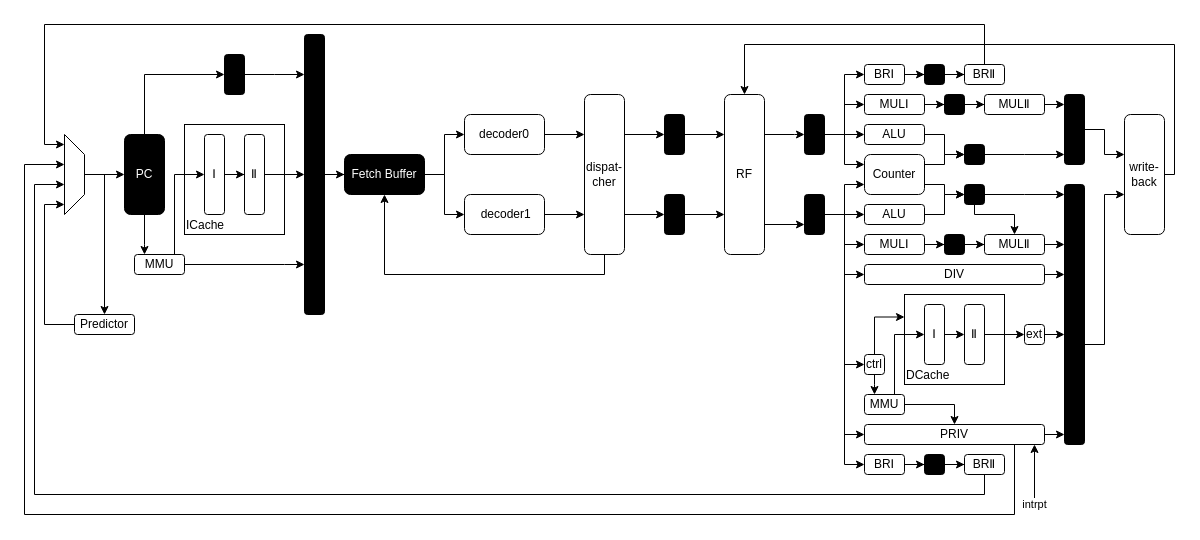
Above: 未命名绘图4.drawio in caochenrui/Draw.io (draw.io), before the change. Source tidied: cells renumbered, new cells numbered last; positions are measured from the earlier drawing's top-left corner, leaving out a move shared by most shapes. Both pictures are drawn from the tidied source at 100%, with x=0, y=0 at pixel (24, 24).
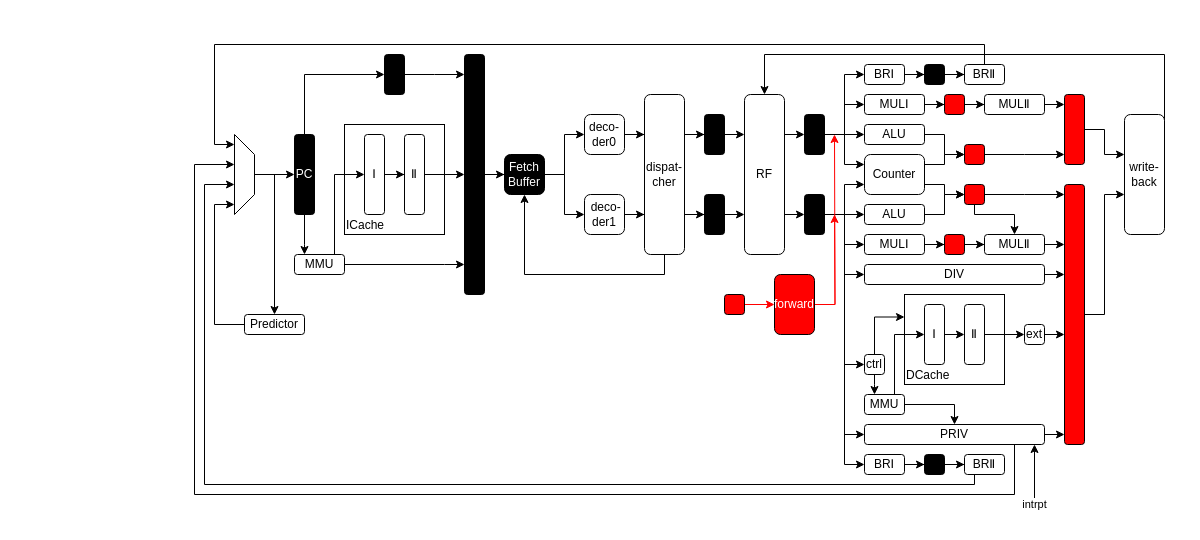
After the change.

Commit message (it also covers changes not shown here):
更新未命名绘图4.drawio

The change refers to these unchanged cells:
```xml
<mxCell id="34" style="whiteSpace=wrap;html=1;fillColor=#000000;fontColor=default;rounded=1;" parent="1" vertex="1">
  <mxGeometry x="780" y="90" width="20" height="40" as="geometry" />
</mxCell>
<mxCell id="42" style="whiteSpace=wrap;html=1;fillColor=#000000;fontColor=default;rounded=1;" parent="1" vertex="1">
  <mxGeometry x="780" y="170" width="20" height="40" as="geometry" />
</mxCell>
<mxCell id="46" value="BRⅠ" style="rounded=1;whiteSpace=wrap;html=1;" parent="1" vertex="1">
  <mxGeometry x="840" y="40" width="40" height="20" as="geometry" />
</mxCell>
<mxCell id="53" value="BRⅡ" style="rounded=1;whiteSpace=wrap;html=1;" parent="1" vertex="1">
  <mxGeometry x="940" y="40" width="40" height="20" as="geometry" />
</mxCell>
<mxCell id="57" value="BRⅠ" style="rounded=1;whiteSpace=wrap;html=1;" parent="1" vertex="1">
  <mxGeometry x="840" y="430" width="40" height="20" as="geometry" />
</mxCell>
<mxCell id="61" value="BRⅡ" style="rounded=1;whiteSpace=wrap;html=1;" parent="1" vertex="1">
  <mxGeometry x="940" y="430" width="40" height="20" as="geometry" />
</mxCell>
<mxCell id="63" value="MULⅠ" style="rounded=1;whiteSpace=wrap;html=1;" parent="1" vertex="1">
  <mxGeometry x="840" y="210" width="60" height="20" as="geometry" />
</mxCell>
<mxCell id="65" value="DIV" style="rounded=1;whiteSpace=wrap;html=1;" parent="1" vertex="1">
  <mxGeometry x="840" y="240" width="180" height="20" as="geometry" />
</mxCell>
<mxCell id="68" value="PRIV" style="rounded=1;whiteSpace=wrap;html=1;" parent="1" vertex="1">
  <mxGeometry x="840" y="400" width="180" height="20" as="geometry" />
</mxCell>
<mxCell id="78" value="Counter" style="rounded=1;whiteSpace=wrap;html=1;" parent="1" vertex="1">
  <mxGeometry x="840" y="130" width="60" height="40" as="geometry" />
</mxCell>
<mxCell id="85" value="ctrl" style="rounded=1;whiteSpace=wrap;html=1;labelPosition=center;verticalLabelPosition=middle;align=center;verticalAlign=middle;" parent="1" vertex="1">
  <mxGeometry x="840" y="330" width="20" height="20" as="geometry" />
</mxCell>
<mxCell id="98" value="write-&lt;br&gt;back" style="rounded=1;whiteSpace=wrap;html=1;" parent="1" vertex="1">
  <mxGeometry x="1100" y="90" width="40" height="120" as="geometry" />
</mxCell>
<mxCell id="109" value="MULⅠ" style="rounded=1;whiteSpace=wrap;html=1;" parent="1" vertex="1">
  <mxGeometry x="840" y="70" width="60" height="20" as="geometry" />
</mxCell>
```

What changed in the source:
```diff
@@
     <mxCell id="2" style="edgeStyle=orthogonalEdgeStyle;rounded=0;jettySize=auto;html=1;exitX=0.5;exitY=1;exitDx=0;exitDy=0;" parent="1" edge="1" source="4" target="92">
       <mxGeometry relative="1" as="geometry">
         <Array as="points">
-          <mxPoint x="120" y="220" />
-          <mxPoint x="120" y="220" />
+          <mxPoint x="280" y="220" />
+          <mxPoint x="280" y="220" />
         </Array>
       </mxGeometry>
     </mxCell>
     <mxCell id="3" style="edgeStyle=orthogonalEdgeStyle;rounded=0;jettySize=auto;html=1;" parent="1" edge="1" source="4" target="87">
       <mxGeometry relative="1" as="geometry">
         <Array as="points">
-          <mxPoint x="120" y="50" />
+          <mxPoint x="280" y="50" />
         </Array>
       </mxGeometry>
     </mxCell>
     <mxCell id="4" value="PC" style="rounded=1;whiteSpace=wrap;html=1;fillColor=#000000;fontColor=#FFFFFF;direction=east;glass=0;shadow=0;" parent="1" vertex="1">
-      <mxGeometry x="100" y="110" width="40" height="80" as="geometry" />
+      <mxGeometry x="270" y="110" width="20" height="80" as="geometry" />
     </mxCell>
     <mxCell id="5" value="ICache" style="rounded=0;whiteSpace=wrap;html=1;fillColor=none;fontColor=default;labelBackgroundColor=none;labelPosition=center;verticalLabelPosition=middle;align=left;verticalAlign=bottom;" parent="1" vertex="1">
-      <mxGeometry x="160" y="100" width="100" height="110" as="geometry" />
+      <mxGeometry x="320" y="100" width="100" height="110" as="geometry" />
     </mxCell>
@@
     <mxCell id="7" value="Ⅰ" style="whiteSpace=wrap;html=1;fillColor=default;fontColor=default;rounded=1;" parent="1" vertex="1">
-      <mxGeometry x="180" y="110" width="20" height="80" as="geometry" />
+      <mxGeometry x="340" y="110" width="20" height="80" as="geometry" />
     </mxCell>
@@
     <mxCell id="9" value="Ⅱ" style="whiteSpace=wrap;html=1;fillColor=default;fontColor=default;rounded=1;" parent="1" vertex="1">
-      <mxGeometry x="220" y="110" width="20" height="80" as="geometry" />
+      <mxGeometry x="380" y="110" width="20" height="80" as="geometry" />
     </mxCell>
@@
     <mxCell id="11" style="whiteSpace=wrap;html=1;fillColor=#000000;fontColor=default;rounded=1;" parent="1" vertex="1">
-      <mxGeometry x="280" y="10" width="20" height="280" as="geometry" />
+      <mxGeometry x="440" y="30" width="20" height="240" as="geometry" />
     </mxCell>
@@
-    <mxCell id="14" value="Fetch Buffer" style="whiteSpace=wrap;html=1;fillColor=#000000;rounded=1;fontColor=#FFFFFF;" parent="1" vertex="1">
-      <mxGeometry x="320" y="130" width="80" height="40" as="geometry" />
+    <mxCell id="14" value="Fetch&lt;br&gt;Buffer" style="whiteSpace=wrap;html=1;fillColor=#000000;rounded=1;fontColor=#FFFFFF;" parent="1" vertex="1">
+      <mxGeometry x="480" y="130" width="40" height="40" as="geometry" />
     </mxCell>
@@
-    <mxCell id="16" value="decoder0" style="rounded=1;whiteSpace=wrap;html=1;" parent="1" vertex="1">
-      <mxGeometry x="440" y="90" width="80" height="40" as="geometry" />
+    <mxCell id="16" value="deco-&lt;br&gt;der0" style="rounded=1;whiteSpace=wrap;html=1;" parent="1" vertex="1">
+      <mxGeometry x="560" y="90" width="40" height="40" as="geometry" />
     </mxCell>
@@
-    <mxCell id="18" value="&amp;nbsp;decoder1" style="rounded=1;whiteSpace=wrap;html=1;" parent="1" vertex="1">
-      <mxGeometry x="440" y="170" width="80" height="40" as="geometry" />
+    <mxCell id="18" value="&amp;nbsp;deco-&lt;br&gt;der1" style="rounded=1;whiteSpace=wrap;html=1;" parent="1" vertex="1">
+      <mxGeometry x="560" y="170" width="40" height="40" as="geometry" />
     </mxCell>
@@
     <mxCell id="22" value="dispat-&lt;br&gt;cher" style="whiteSpace=wrap;html=1;rounded=1;labelPosition=center;verticalLabelPosition=middle;align=center;verticalAlign=middle;" parent="1" vertex="1">
-      <mxGeometry x="560" y="70" width="40" height="160" as="geometry" />
+      <mxGeometry x="620" y="70" width="40" height="160" as="geometry" />
     </mxCell>
@@
     <mxCell id="24" style="whiteSpace=wrap;html=1;fillColor=#000000;fontColor=default;rounded=1;" parent="1" vertex="1">
-      <mxGeometry x="640" y="90" width="20" height="40" as="geometry" />
+      <mxGeometry x="680" y="90" width="20" height="40" as="geometry" />
     </mxCell>
@@
     <mxCell id="26" style="whiteSpace=wrap;html=1;fillColor=#000000;fontColor=default;rounded=1;" parent="1" vertex="1">
-      <mxGeometry x="640" y="170" width="20" height="40" as="geometry" />
+      <mxGeometry x="680" y="170" width="20" height="40" as="geometry" />
     </mxCell>
     <mxCell id="27" style="edgeStyle=orthogonalEdgeStyle;rounded=0;jettySize=auto;html=1;exitX=1;exitY=0.75;exitDx=0;exitDy=0;" parent="1" edge="1" source="29" target="42">
       <mxGeometry relative="1" as="geometry">
         <Array as="points">
-          <mxPoint x="740" y="200" />
+          <mxPoint x="780" y="190" />
+          <mxPoint x="780" y="190" />
         </Array>
       </mxGeometry>
     </mxCell>
     <mxCell id="28" style="edgeStyle=orthogonalEdgeStyle;rounded=0;jettySize=auto;html=1;exitX=1;exitY=0.25;exitDx=0;exitDy=0;" parent="1" edge="1" source="29" target="34">
       <mxGeometry relative="1" as="geometry">
         <Array as="points">
-          <mxPoint x="770" y="110" />
-          <mxPoint x="770" y="110" />
+          <mxPoint x="790" y="110" />
+          <mxPoint x="790" y="110" />
         </Array>
       </mxGeometry>
     </mxCell>
     <mxCell id="29" value="RF" style="rounded=1;whiteSpace=wrap;html=1;" parent="1" vertex="1">
-      <mxGeometry x="700" y="70" width="40" height="160" as="geometry" />
+      <mxGeometry x="720" y="70" width="40" height="160" as="geometry" />
     </mxCell>
@@
     <mxCell id="31" style="edgeStyle=orthogonalEdgeStyle;rounded=0;jettySize=auto;html=1;exitX=1;exitY=0.5;exitDx=0;exitDy=0;entryX=0;entryY=0.5;entryDx=0;entryDy=0;" parent="1" edge="1" source="34" target="46">
-      <mxGeometry relative="1" as="geometry" />
+      <mxGeometry relative="1" as="geometry">
+        <Array as="points">
+          <mxPoint x="820" y="110" />
+          <mxPoint x="820" y="50" />
+        </Array>
+      </mxGeometry>
     </mxCell>
     <mxCell id="32" style="edgeStyle=orthogonalEdgeStyle;rounded=0;jettySize=auto;html=1;exitX=1;exitY=0.5;exitDx=0;exitDy=0;" parent="1" edge="1" source="34" target="109">
-      <mxGeometry relative="1" as="geometry" />
+      <mxGeometry relative="1" as="geometry">
+        <Array as="points">
+          <mxPoint x="820" y="110" />
+          <mxPoint x="820" y="80" />
+        </Array>
+      </mxGeometry>
     </mxCell>
     <mxCell id="33" style="edgeStyle=orthogonalEdgeStyle;rounded=0;jettySize=auto;html=1;exitX=1;exitY=0.5;exitDx=0;exitDy=0;entryX=0;entryY=0.25;entryDx=0;entryDy=0;" parent="1" edge="1" source="34" target="78">
-      <mxGeometry relative="1" as="geometry" />
+      <mxGeometry relative="1" as="geometry">
+        <Array as="points">
+          <mxPoint x="820" y="110" />
+          <mxPoint x="820" y="140" />
+        </Array>
+      </mxGeometry>
     </mxCell>
@@
     <mxCell id="36" style="edgeStyle=orthogonalEdgeStyle;rounded=0;jettySize=auto;html=1;exitX=1;exitY=0.5;exitDx=0;exitDy=0;entryX=0;entryY=0.5;entryDx=0;entryDy=0;" parent="1" edge="1" source="42" target="63">
-      <mxGeometry relative="1" as="geometry" />
+      <mxGeometry relative="1" as="geometry">
+        <Array as="points">
+          <mxPoint x="820" y="190" />
+          <mxPoint x="820" y="220" />
+        </Array>
+      </mxGeometry>
     </mxCell>
     <mxCell id="37" style="edgeStyle=orthogonalEdgeStyle;rounded=0;jettySize=auto;html=1;exitX=1;exitY=0.5;exitDx=0;exitDy=0;entryX=0;entryY=0.5;entryDx=0;entryDy=0;" parent="1" edge="1" source="42" target="65">
-      <mxGeometry relative="1" as="geometry" />
+      <mxGeometry relative="1" as="geometry">
+        <Array as="points">
+          <mxPoint x="820" y="190" />
+          <mxPoint x="820" y="250" />
+        </Array>
+      </mxGeometry>
     </mxCell>
     <mxCell id="38" style="edgeStyle=orthogonalEdgeStyle;rounded=0;jettySize=auto;html=1;exitX=1;exitY=0.5;exitDx=0;exitDy=0;entryX=0;entryY=0.5;entryDx=0;entryDy=0;" parent="1" edge="1" source="42" target="68">
-      <mxGeometry relative="1" as="geometry" />
+      <mxGeometry relative="1" as="geometry">
+        <Array as="points">
+          <mxPoint x="820" y="190" />
+          <mxPoint x="820" y="410" />
+        </Array>
+      </mxGeometry>
     </mxCell>
     <mxCell id="39" style="edgeStyle=orthogonalEdgeStyle;rounded=0;jettySize=auto;html=1;exitX=1;exitY=0.5;exitDx=0;exitDy=0;entryX=0;entryY=0.75;entryDx=0;entryDy=0;" parent="1" edge="1" source="42" target="78">
-      <mxGeometry relative="1" as="geometry" />
+      <mxGeometry relative="1" as="geometry">
+        <Array as="points">
+          <mxPoint x="820" y="190" />
+          <mxPoint x="820" y="160" />
+        </Array>
+      </mxGeometry>
     </mxCell>
     <mxCell id="40" style="edgeStyle=orthogonalEdgeStyle;rounded=0;jettySize=auto;html=1;exitX=1;exitY=0.5;exitDx=0;exitDy=0;entryX=0;entryY=0.5;entryDx=0;entryDy=0;" parent="1" edge="1" source="42" target="57">
-      <mxGeometry relative="1" as="geometry" />
+      <mxGeometry relative="1" as="geometry">
+        <Array as="points">
+          <mxPoint x="820" y="190" />
+          <mxPoint x="820" y="440" />
+        </Array>
+      </mxGeometry>
     </mxCell>
     <mxCell id="41" style="edgeStyle=orthogonalEdgeStyle;rounded=0;jettySize=auto;html=1;exitX=1;exitY=0.5;exitDx=0;exitDy=0;entryX=0;entryY=0.5;entryDx=0;entryDy=0;" parent="1" edge="1" source="42" target="85">
-      <mxGeometry relative="1" as="geometry" />
+      <mxGeometry relative="1" as="geometry">
+        <Array as="points">
+          <mxPoint x="820" y="190" />
+          <mxPoint x="820" y="340" />
+        </Array>
+      </mxGeometry>
     </mxCell>
@@
-    <mxCell id="48" style="whiteSpace=wrap;html=1;fillColor=#000000;fontColor=default;rounded=1;" parent="1" vertex="1">
+    <mxCell id="48" style="whiteSpace=wrap;html=1;fillColor=#FF0000;fontColor=default;rounded=1;" parent="1" vertex="1">
       <mxGeometry x="940" y="120" width="20" height="20" as="geometry" />
     </mxCell>
@@
     <mxCell id="52" style="edgeStyle=orthogonalEdgeStyle;rounded=0;jettySize=auto;html=1;exitX=0.5;exitY=0;exitDx=0;exitDy=0;" parent="1" edge="1" source="53">
       <mxGeometry relative="1" as="geometry">
-        <mxPoint x="40" y="120" as="targetPoint" />
+        <mxPoint x="210" y="120" as="targetPoint" />
         <Array as="points">
-          <mxPoint x="960" />
-          <mxPoint x="20" />
-          <mxPoint x="20" y="120" />
+          <mxPoint x="960" y="20" />
+          <mxPoint x="190" y="20" />
+          <mxPoint x="190" y="120" />
         </Array>
       </mxGeometry>
     </mxCell>
@@
-    <mxCell id="55" style="whiteSpace=wrap;html=1;fillColor=#000000;fontColor=default;rounded=1;" parent="1" vertex="1">
+    <mxCell id="55" style="whiteSpace=wrap;html=1;fillColor=#FF0000;fontColor=default;rounded=1;" parent="1" vertex="1">
       <mxGeometry x="1040" y="70" width="20" height="70" as="geometry" />
     </mxCell>
@@
     <mxCell id="60" style="edgeStyle=orthogonalEdgeStyle;rounded=0;jettySize=auto;html=1;exitX=0.5;exitY=1;exitDx=0;exitDy=0;" parent="1" edge="1" source="61">
       <mxGeometry relative="1" as="geometry">
-        <mxPoint x="40" y="160" as="targetPoint" />
+        <mxPoint x="210" y="160" as="targetPoint" />
         <Array as="points">
-          <mxPoint x="960" y="470" />
-          <mxPoint x="10" y="470" />
-          <mxPoint x="10" y="160" />
+          <mxPoint x="950" y="460" />
+          <mxPoint x="180" y="460" />
+          <mxPoint x="180" y="160" />
         </Array>
       </mxGeometry>
     </mxCell>
@@
     <mxCell id="67" style="edgeStyle=orthogonalEdgeStyle;rounded=0;jettySize=auto;html=1;" parent="1" edge="1" source="68">
       <mxGeometry relative="1" as="geometry">
-        <mxPoint x="40" y="140" as="targetPoint" />
+        <mxPoint x="210" y="140" as="targetPoint" />
         <Array as="points">
-          <mxPoint x="990" y="490" />
-          <mxPoint y="490" />
-          <mxPoint y="140" />
+          <mxPoint x="990" y="470" />
+          <mxPoint x="170" y="470" />
+          <mxPoint x="170" y="140" />
         </Array>
       </mxGeometry>
     </mxCell>
@@
-    <mxCell id="73" style="whiteSpace=wrap;html=1;fillColor=#000000;fontColor=default;rounded=1;" parent="1" vertex="1">
+    <mxCell id="73" style="whiteSpace=wrap;html=1;fillColor=#FF0000;fontColor=default;rounded=1;" parent="1" vertex="1">
       <mxGeometry x="940" y="160" width="20" height="20" as="geometry" />
     </mxCell>
-    <mxCell id="74" style="edgeStyle=orthogonalEdgeStyle;rounded=0;jettySize=auto;html=1;exitX=1;exitY=0.5;exitDx=0;exitDy=0;" parent="1" edge="1" source="75" target="98">
+    <mxCell id="74" style="edgeStyle=orthogonalEdgeStyle;rounded=0;jettySize=auto;html=1;" parent="1" edge="1" source="75" target="98">
       <mxGeometry relative="1" as="geometry">
         <Array as="points">
-          <mxPoint x="1060" y="320" />
-          <mxPoint x="1080" y="320" />
+          <mxPoint x="1080" y="290" />
           <mxPoint x="1080" y="170" />
         </Array>
       </mxGeometry>
     </mxCell>
-    <mxCell id="75" style="whiteSpace=wrap;html=1;fillColor=#000000;fontColor=default;rounded=1;" parent="1" vertex="1">
+    <mxCell id="75" style="whiteSpace=wrap;html=1;fillColor=#FF0000;fontColor=default;rounded=1;" parent="1" vertex="1">
       <mxGeometry x="1040" y="160" width="20" height="260" as="geometry" />
     </mxCell>
@@
     <mxCell id="86" style="edgeStyle=orthogonalEdgeStyle;rounded=0;jettySize=auto;html=1;exitX=1;exitY=0.5;exitDx=0;exitDy=0;" parent="1" edge="1" source="87">
       <mxGeometry relative="1" as="geometry">
-        <mxPoint x="280" y="50" as="targetPoint" />
+        <mxPoint x="440" y="50" as="targetPoint" />
       </mxGeometry>
     </mxCell>
     <mxCell id="87" style="rounded=1;whiteSpace=wrap;html=1;fillColor=#000000;" parent="1" vertex="1">
-      <mxGeometry x="200" y="30" width="20" height="40" as="geometry" />
+      <mxGeometry x="360" y="30" width="20" height="40" as="geometry" />
     </mxCell>
@@
     <mxCell id="90" style="edgeStyle=orthogonalEdgeStyle;rounded=0;jettySize=auto;html=1;entryX=0;entryY=0.5;entryDx=0;entryDy=0;" parent="1" edge="1" source="92" target="7">
       <mxGeometry relative="1" as="geometry">
         <Array as="points">
-          <mxPoint x="150" y="150" />
+          <mxPoint x="310" y="150" />
         </Array>
       </mxGeometry>
     </mxCell>
     <mxCell id="91" style="edgeStyle=orthogonalEdgeStyle;rounded=0;jettySize=auto;html=1;exitX=1;exitY=0.5;exitDx=0;exitDy=0;" parent="1" edge="1" source="92" target="11">
       <mxGeometry relative="1" as="geometry">
         <Array as="points">
-          <mxPoint x="260" y="240" />
-          <mxPoint x="260" y="240" />
+          <mxPoint x="420" y="240" />
+          <mxPoint x="420" y="240" />
         </Array>
       </mxGeometry>
     </mxCell>
     <mxCell id="92" value="MMU" style="rounded=1;whiteSpace=wrap;html=1;" parent="1" vertex="1">
-      <mxGeometry x="110" y="230" width="50" height="20" as="geometry" />
+      <mxGeometry x="270" y="230" width="50" height="20" as="geometry" />
     </mxCell>
@@
     <mxCell id="97" style="edgeStyle=orthogonalEdgeStyle;rounded=0;jettySize=auto;html=1;exitX=1;exitY=0.5;exitDx=0;exitDy=0;" parent="1" edge="1" source="98" target="29">
       <mxGeometry relative="1" as="geometry">
         <Array as="points">
-          <mxPoint x="1150" y="150" />
-          <mxPoint x="1150" y="20" />
-          <mxPoint x="720" y="20" />
+          <mxPoint x="1140" y="30" />
+          <mxPoint x="740" y="30" />
         </Array>
       </mxGeometry>
     </mxCell>
@@
     <mxCell id="100" style="edgeStyle=orthogonalEdgeStyle;rounded=0;jettySize=auto;html=1;" parent="1" edge="1" source="101">
       <mxGeometry relative="1" as="geometry">
-        <mxPoint x="40" y="180" as="targetPoint" />
+        <mxPoint x="210" y="180" as="targetPoint" />
         <Array as="points">
-          <mxPoint x="20" y="300" />
-          <mxPoint x="20" y="180" />
+          <mxPoint x="190" y="300" />
+          <mxPoint x="190" y="180" />
         </Array>
       </mxGeometry>
     </mxCell>
     <mxCell id="101" value="Predictor" style="rounded=1;whiteSpace=wrap;html=1;" parent="1" vertex="1">
-      <mxGeometry x="50" y="290" width="60" height="20" as="geometry" />
+      <mxGeometry x="220" y="290" width="60" height="20" as="geometry" />
     </mxCell>
@@
     <mxCell id="104" style="shape=trapezoid;perimeter=trapezoidPerimeter;whiteSpace=wrap;html=1;fixedSize=1;rotation=90;rounded=0;" parent="1" vertex="1">
-      <mxGeometry x="10" y="140" width="80" height="20" as="geometry" />
+      <mxGeometry x="180" y="140" width="80" height="20" as="geometry" />
     </mxCell>
@@
-    <mxCell id="106" style="whiteSpace=wrap;html=1;fillColor=#000000;fontColor=default;rounded=1;" parent="1" vertex="1">
+    <mxCell id="106" style="whiteSpace=wrap;html=1;fillColor=#FF0000;fontColor=default;rounded=1;" parent="1" vertex="1">
       <mxGeometry x="920" y="210" width="20" height="20" as="geometry" />
     </mxCell>
@@
-    <mxCell id="111" style="whiteSpace=wrap;html=1;fillColor=#000000;fontColor=default;rounded=1;" parent="1" vertex="1">
+    <mxCell id="111" style="whiteSpace=wrap;html=1;fillColor=#FF0000;fontColor=default;rounded=1;" parent="1" vertex="1">
       <mxGeometry x="920" y="70" width="20" height="20" as="geometry" />
     </mxCell>
@@
+    <mxCell id="114" style="edgeStyle=orthogonalEdgeStyle;rounded=0;jettySize=auto;html=1;exitX=1;exitY=0.5;exitDx=0;exitDy=0;strokeColor=#FF0000;" parent="1" edge="1" source="116">
+      <mxGeometry relative="1" as="geometry">
+        <mxPoint x="810" y="190" as="targetPoint" />
+      </mxGeometry>
+    </mxCell>
+    <mxCell id="115" style="edgeStyle=orthogonalEdgeStyle;rounded=0;jettySize=auto;html=1;strokeColor=#FF0000;" parent="1" edge="1" source="116">
+      <mxGeometry relative="1" as="geometry">
+        <mxPoint x="810" y="110" as="targetPoint" />
+      </mxGeometry>
+    </mxCell>
+    <mxCell id="116" value="forward" style="rounded=1;whiteSpace=wrap;html=1;strokeColor=#000000;fontColor=#FFFFFF;fillColor=#FF0000;" parent="1" vertex="1">
+      <mxGeometry x="750" y="250" width="40" height="60" as="geometry" />
+    </mxCell>
+    <mxCell id="117" style="edgeStyle=orthogonalEdgeStyle;rounded=0;jettySize=auto;html=1;strokeColor=#FF0000;" parent="1" edge="1" source="118" target="116">
+      <mxGeometry relative="1" as="geometry" />
+    </mxCell>
+    <mxCell id="118" style="rounded=1;whiteSpace=wrap;html=1;fillColor=#FF0000;" parent="1" vertex="1">
+      <mxGeometry x="700" y="270" width="20" height="20" as="geometry" />
+    </mxCell>
```
